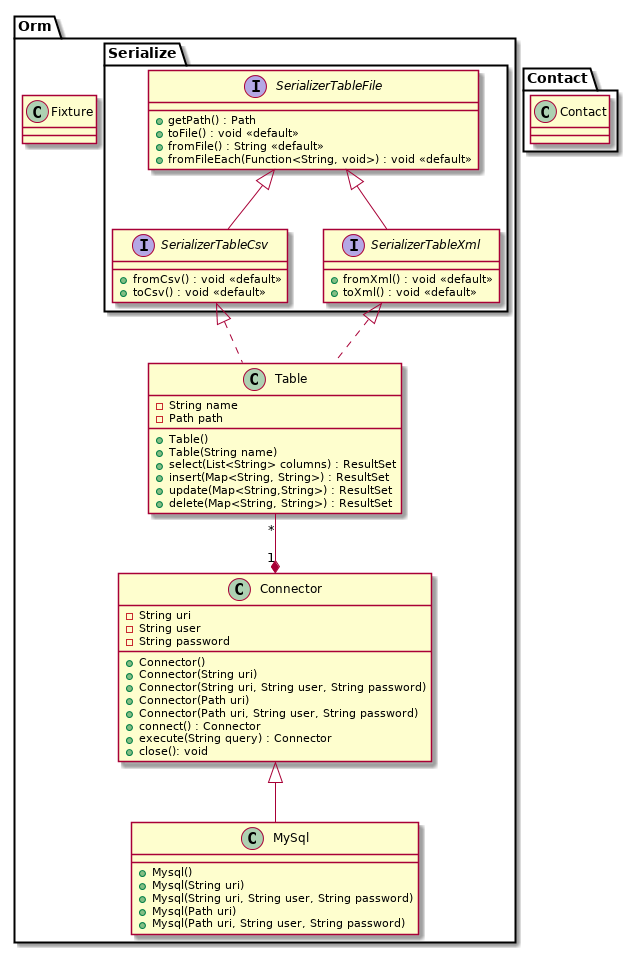
Above: doc/class/models.png in Izanami/autoconcept-app (PlantUML), before the change.
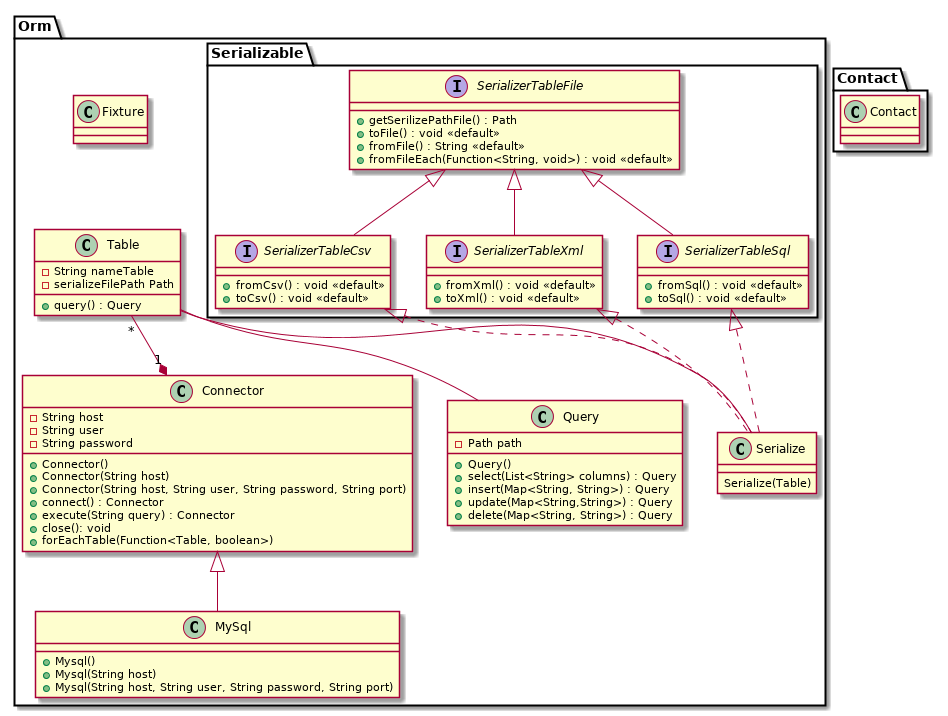
After the commit.

What changed in the source:
```diff
@@ -1,9 +1,9 @@
 @startuml
 package Orm {
 
-package Serialize {
+package Serializable {
 interface SerializerTableFile {
-    + getPath() : Path
+    + getSerilizePathFile() : Path
     + toFile() : void <<default>>
     + fromFile() : String <<default>>
     + fromFileEach(Function<String, void>) : void <<default>>
@@ -18,57 +18,72 @@
     + fromXml() : void <<default>>
     + toXml() : void <<default>>
 }
+
+interface SerializerTableSql{
+    + fromSql() : void <<default>>
+    + toSql() : void <<default>>
+}
+
 }
 
 class Connector {
-    - String uri
+    - String host
     - String user
     - String password
 
     + Connector()
-    + Connector(String uri)
-    + Connector(String uri, String user, String password)
-    + Connector(Path uri)
-    + Connector(Path uri, String user, String password)
+    + Connector(String host)
+    + Connector(String host, String user, String password, String port)
 
     + connect() : Connector
     + execute(String query) : Connector
     + close(): void
+    + forEachTable(Function<Table, boolean>)
 }
 
 class MySql {
     + Mysql()
-    + Mysql(String uri)
-    + Mysql(String uri, String user, String password)
-    + Mysql(Path uri)
-    + Mysql(Path uri, String user, String password)
+    + Mysql(String host)
+    + Mysql(String host, String user, String password, String port)
 }
 
 class Fixture {
 
 }
 
-class Table {
-    - String name
+class Query {
     - Path path
 
-    + Table()
-    + Table(String name)
+    + Query()
 
-    + select(List<String> columns) : ResultSet
-    + insert(Map<String, String>) : ResultSet
-    + update(Map<String,String>) : ResultSet
-    + delete(Map<String, String>) : ResultSet
+    + select(List<String> columns) : Query
+    + insert(Map<String, String>) : Query
+    + update(Map<String,String>) : Query
+    + delete(Map<String, String>) : Query
 }
 
+class Serialize {
+    Serialize(Table)
+}
+
+class Table {
+    - String nameTable
+    - serializeFilePath Path
+
+    + query() : Query
+}
 
 Connector <|-- MySql
 Table "*" --* "1" Connector
+Table -- Query
+Table -- Serialize
 
-SerializerTableCsv <|.. Table
-SerializerTableXml <|.. Table
+SerializerTableSql <|.. Serialize
+SerializerTableCsv <|.. Serialize
+SerializerTableXml <|.. Serialize
 SerializerTableFile  <|-- SerializerTableCsv
 SerializerTableFile  <|-- SerializerTableXml
+SerializerTableFile  <|-- SerializerTableSql
 }
 
 package Contact {
```
